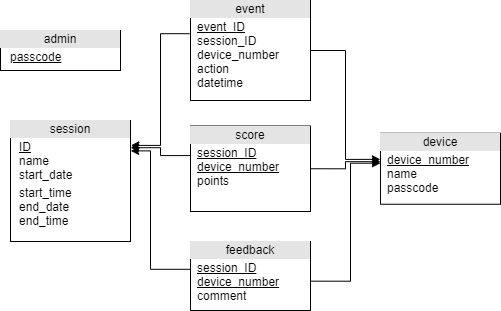
Above: Relational Diagram.png in maiandrew23/LockBox (draw.io), before the change. Source tidied: cells renumbered, new cells last; positions are measured from the earlier drawing's top-left corner, leaving out a move shared by most shapes.
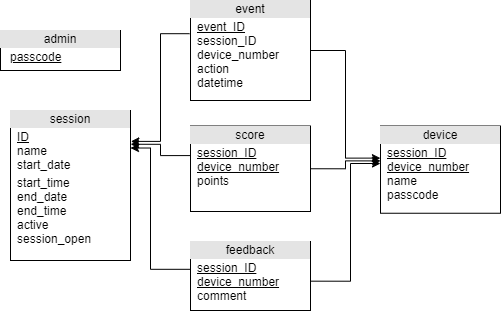
After the commit.

Commit message:
Removed some print statements and updated the schema diagrams

Change to the diagram source:
```diff
@@ -2,11 +2,11 @@
   <root>
     <mxCell id="0" />
     <mxCell id="1" parent="0" />
-    <mxCell id="2" value="&lt;div style=&quot;text-align: center ; box-sizing: border-box ; width: 100% ; background: rgb(228 , 228 , 228) ; padding: 2px&quot;&gt;session&lt;/div&gt;&lt;table style=&quot;width: 100% ; font-size: 1em&quot; cellpadding=&quot;2&quot; cellspacing=&quot;0&quot;&gt;&lt;tbody&gt;&lt;tr&gt;&lt;td&gt;&lt;br&gt;&lt;/td&gt;&lt;td&gt;&lt;u&gt;ID&lt;/u&gt;&lt;br&gt;name&lt;br&gt;start_date&lt;/td&gt;&lt;/tr&gt;&lt;tr&gt;&lt;td&gt;&lt;br&gt;&lt;/td&gt;&lt;td&gt;start_time&lt;br&gt;end_date&lt;br&gt;end_time&lt;br&gt;&lt;/td&gt;&lt;/tr&gt;&lt;tr&gt;&lt;td&gt;&lt;/td&gt;&lt;td&gt;&lt;br&gt;&lt;/td&gt;&lt;/tr&gt;&lt;/tbody&gt;&lt;/table&gt;" style="verticalAlign=top;align=left;overflow=fill;html=1;" parent="1" vertex="1">
-      <mxGeometry x="10" y="120" width="120" height="121" as="geometry" />
+    <mxCell id="2" value="&lt;div style=&quot;text-align: center ; box-sizing: border-box ; width: 100% ; background: rgb(228 , 228 , 228) ; padding: 2px&quot;&gt;session&lt;/div&gt;&lt;table style=&quot;width: 100% ; font-size: 1em&quot; cellpadding=&quot;2&quot; cellspacing=&quot;0&quot;&gt;&lt;tbody&gt;&lt;tr&gt;&lt;td&gt;&lt;br&gt;&lt;/td&gt;&lt;td&gt;&lt;u&gt;ID&lt;/u&gt;&lt;br&gt;name&lt;br&gt;start_date&lt;/td&gt;&lt;/tr&gt;&lt;tr&gt;&lt;td&gt;&lt;br&gt;&lt;/td&gt;&lt;td&gt;start_time&lt;br&gt;end_date&lt;br&gt;end_time&lt;br&gt;active&lt;br&gt;session_open&lt;/td&gt;&lt;/tr&gt;&lt;tr&gt;&lt;td&gt;&lt;/td&gt;&lt;td&gt;&lt;br&gt;&lt;/td&gt;&lt;/tr&gt;&lt;/tbody&gt;&lt;/table&gt;" style="verticalAlign=top;align=left;overflow=fill;html=1;" parent="1" vertex="1">
+      <mxGeometry x="10" y="110" width="120" height="150" as="geometry" />
     </mxCell>
-    <mxCell id="3" value="&lt;div style=&quot;text-align: center ; box-sizing: border-box ; width: 100% ; background: rgb(228 , 228 , 228) ; padding: 2px&quot;&gt;device&lt;/div&gt;&lt;table style=&quot;width: 100% ; font-size: 1em&quot; cellpadding=&quot;2&quot; cellspacing=&quot;0&quot;&gt;&lt;tbody&gt;&lt;tr&gt;&lt;td&gt;&lt;br&gt;&lt;/td&gt;&lt;td&gt;&lt;u&gt;device_number&lt;br&gt;&lt;/u&gt;name&lt;br&gt;passcode&lt;/td&gt;&lt;/tr&gt;&lt;tr&gt;&lt;td&gt;&lt;br&gt;&lt;/td&gt;&lt;td&gt;&lt;br&gt;&lt;/td&gt;&lt;/tr&gt;&lt;tr&gt;&lt;td&gt;&lt;/td&gt;&lt;td&gt;&lt;br&gt;&lt;/td&gt;&lt;/tr&gt;&lt;/tbody&gt;&lt;/table&gt;" style="verticalAlign=top;align=left;overflow=fill;html=1;" parent="1" vertex="1">
-      <mxGeometry x="380" y="132.8" width="120" height="71" as="geometry" />
+    <mxCell id="3" value="&lt;div style=&quot;text-align: center ; box-sizing: border-box ; width: 100% ; background: rgb(228 , 228 , 228) ; padding: 2px&quot;&gt;device&lt;/div&gt;&lt;table style=&quot;width: 100% ; font-size: 1em&quot; cellpadding=&quot;2&quot; cellspacing=&quot;0&quot;&gt;&lt;tbody&gt;&lt;tr&gt;&lt;td&gt;&lt;br&gt;&lt;/td&gt;&lt;td&gt;&lt;u&gt;session_ID&lt;br&gt;device_number&lt;br&gt;&lt;/u&gt;name&lt;br&gt;passcode&lt;/td&gt;&lt;/tr&gt;&lt;tr&gt;&lt;td&gt;&lt;br&gt;&lt;/td&gt;&lt;td&gt;&lt;br&gt;&lt;/td&gt;&lt;/tr&gt;&lt;tr&gt;&lt;td&gt;&lt;/td&gt;&lt;td&gt;&lt;br&gt;&lt;/td&gt;&lt;/tr&gt;&lt;/tbody&gt;&lt;/table&gt;" style="verticalAlign=top;align=left;overflow=fill;html=1;" parent="1" vertex="1">
+      <mxGeometry x="380" y="125.5" width="120" height="87.2" as="geometry" />
     </mxCell>
     <mxCell id="4" value="&lt;div style=&quot;text-align: center ; box-sizing: border-box ; width: 100% ; background: rgb(228 , 228 , 228) ; padding: 2px&quot;&gt;admin&lt;/div&gt;&lt;table style=&quot;width: 100% ; font-size: 1em&quot; cellpadding=&quot;2&quot; cellspacing=&quot;0&quot;&gt;&lt;tbody&gt;&lt;tr&gt;&lt;td&gt;&lt;br&gt;&lt;/td&gt;&lt;td&gt;&lt;u&gt;passcode&lt;/u&gt;&lt;br&gt;&lt;/td&gt;&lt;/tr&gt;&lt;tr&gt;&lt;td&gt;&lt;br&gt;&lt;/td&gt;&lt;td&gt;&lt;br&gt;&lt;/td&gt;&lt;/tr&gt;&lt;tr&gt;&lt;td&gt;&lt;/td&gt;&lt;td&gt;&lt;br&gt;&lt;/td&gt;&lt;/tr&gt;&lt;/tbody&gt;&lt;/table&gt;" style="verticalAlign=top;align=left;overflow=fill;html=1;" parent="1" vertex="1">
       <mxGeometry y="30" width="120" height="40" as="geometry" />
@@ -29,11 +29,11 @@
     <mxCell id="10" value="&lt;div style=&quot;text-align: center ; box-sizing: border-box ; width: 100% ; background: rgb(228 , 228 , 228) ; padding: 2px&quot;&gt;score&lt;/div&gt;&lt;table style=&quot;width: 100% ; font-size: 1em&quot; cellpadding=&quot;2&quot; cellspacing=&quot;0&quot;&gt;&lt;tbody&gt;&lt;tr&gt;&lt;td&gt;&lt;br&gt;&lt;/td&gt;&lt;td&gt;&lt;u&gt;session_ID&lt;br&gt;device_number&lt;br&gt;&lt;/u&gt;points&lt;/td&gt;&lt;/tr&gt;&lt;tr&gt;&lt;td&gt;&lt;br&gt;&lt;/td&gt;&lt;td&gt;&lt;br&gt;&lt;/td&gt;&lt;/tr&gt;&lt;tr&gt;&lt;td&gt;&lt;/td&gt;&lt;td&gt;&lt;br&gt;&lt;/td&gt;&lt;/tr&gt;&lt;/tbody&gt;&lt;/table&gt;" style="verticalAlign=top;align=left;overflow=fill;html=1;" parent="1" vertex="1">
       <mxGeometry x="190" y="125.5" width="120" height="85.5" as="geometry" />
     </mxCell>
-    <mxCell id="11" style="edgeStyle=orthogonalEdgeStyle;rounded=0;jettySize=auto;html=1;exitX=0.007;exitY=0.403;exitDx=0;exitDy=0;entryX=1.002;entryY=0.251;entryDx=0;entryDy=0;entryPerimeter=0;exitPerimeter=0;" parent="1" edge="1" source="13" target="2">
+    <mxCell id="11" style="edgeStyle=orthogonalEdgeStyle;rounded=0;jettySize=auto;html=1;exitX=0.007;exitY=0.403;exitDx=0;exitDy=0;exitPerimeter=0;entryX=1;entryY=0.25;entryDx=0;entryDy=0;" parent="1" edge="1" source="13" target="2">
       <mxGeometry relative="1" as="geometry">
         <Array as="points">
           <mxPoint x="150" y="269" />
-          <mxPoint x="150" y="150" />
+          <mxPoint x="150" y="148" />
         </Array>
       </mxGeometry>
     </mxCell>
```
